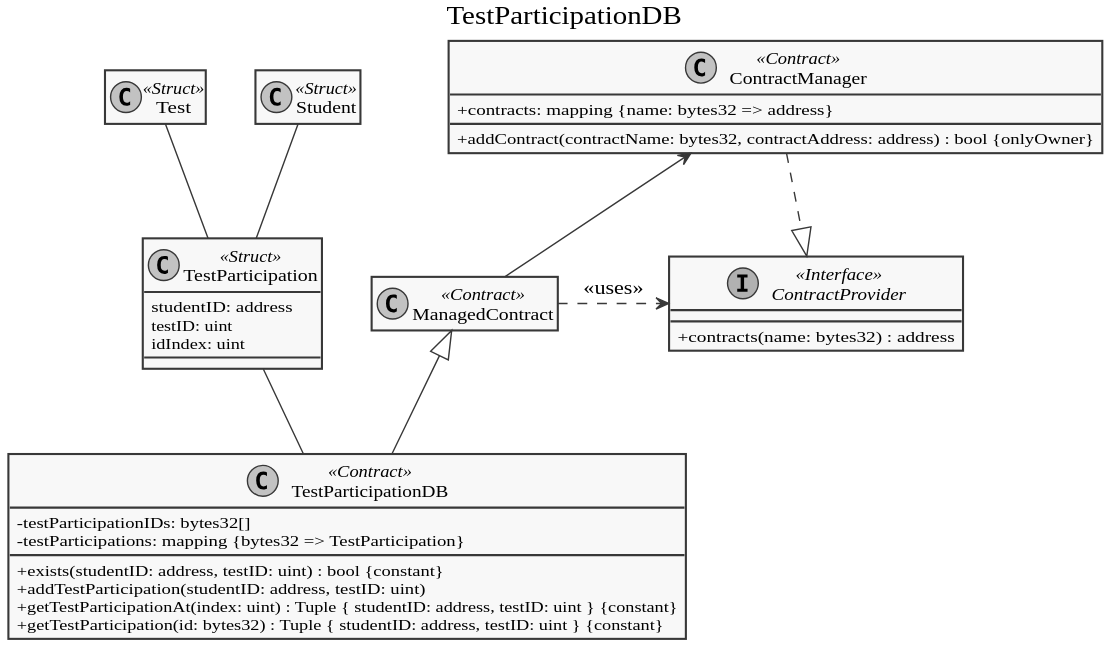
The PlantUML diagram doc/diagrams/export/contracts/testparticipationdb.svg in dev-tee/blockpass, before a commit.
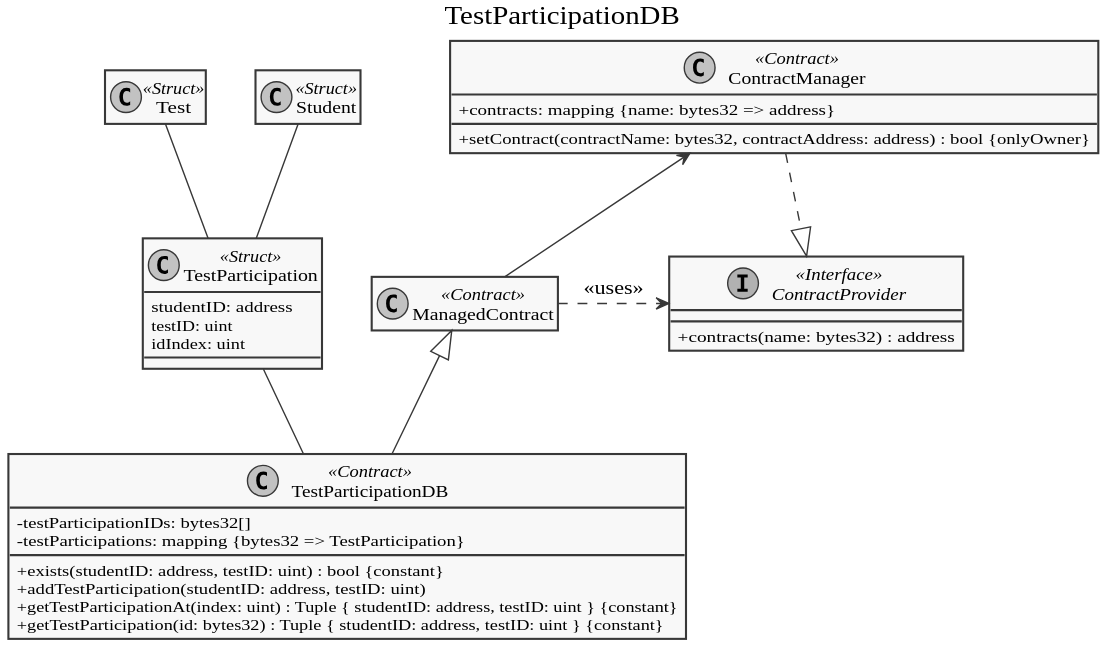
The same diagram one commit later.

What changed in the source:
```diff
@@ -36,7 +36,7 @@
 
 class ContractManager << Contract >> {
   +contracts: mapping {name: bytes32 => address}
-  +addContract(contractName: bytes32, contractAddress: address) : bool {onlyOwner}
+  +setContract(contractName: bytes32, contractAddress: address) : bool {onlyOwner}
 }
 
 ContractManager -up-|> Owned
@@ -65,7 +65,7 @@
 title StudentDB
 
 class Student << Struct >> {
-  name: bytes32
+  name: string
   matrNr: uint
   index: uint
   testParticipationIDs: bytes32[]
@@ -78,9 +78,9 @@
   -students: mapping {address => Student}
   __
   +isStudent(account: address) : bool {constant}
-  +addStudent(account: address, name: bytes32, matrNr: uint)
-  +getStudent(account: address) : Tuple { name: bytes32, matrNr: uint } {constant}
-  +getStudentAt(index: uint) : Tuple { name: bytes32, matrNr: uint } {constant}
+  +addStudent(account: address, name: string, matrNr: uint)
+  +getStudent(account: address) : Tuple { name: string, matrNr: uint } {constant}
+  +getStudentAt(index: uint) : Tuple { name: string, matrNr: uint } {constant}
   +getNumStudents() : uint {constant}
   .. Setter for combined values ..
   +addTestParticipationID(account: address, id: bytes32) {permission: "testparticipationdb"}
@@ -102,8 +102,8 @@
 
 class Course << Struct >> {
   description: string
+  name: string
   ectsPoints: uint
-  name: bytes32
   assignmentIDs: uint[]
   testIDs: uint[]
   courseParticipationIDs: bytes32[]
@@ -113,8 +113,8 @@
 class CourseDB << Contract >> {
   -courses: Course[]
   __
-  +addCourse(description: string, name: bytes32, ectsPoints: uint) : uint
-  +getCourse(id: uint) : Tuple { description: string, name: bytes32, ectsPoints: uint } {constant}
+  +addCourse(description: string, name: string, ectsPoints: uint) : uint
+  +getCourse(id: uint) : Tuple { description: string, name: string, ectsPoints: uint } {constant}
   +getNumCourses() : uint {constant}
   .. Setter for combined values ..
   +addCourseParticipationID(courseID: uint, id: bytes32) {permission: "courseparticipationdb" }
@@ -133,6 +133,7 @@
 
 class Test << Struct >> {
   description: string
+  name: string
   maxPoints: uint
   dueDate: uint
   courseID: uint
@@ -144,8 +145,8 @@
 class TestDB << Contract >> {
   -tests: Test[]
   __
-  +addTest(description: string, maxPoints: uint, dueDate: uint, courseID: uint) : uint
-  +getTest(id: uint) : Tuple { description: string, maxPoints: uint, dueDate: uint, courseID: uint } {constant}
+  +addTest(description: string, name: string, maxPoints: uint, dueDate: uint, courseID: uint) : uint
+  +getTest(id: uint) : Tuple { description: string, name: string, maxPoints: uint, dueDate: uint, courseID: uint } {constant}
   +getNumTests() : uint {constant}
   .. Setter for combined values ..
   +addTestParticipationID(testID: uint, id: bytes32) {permission: "testparticipationdb"}
```
